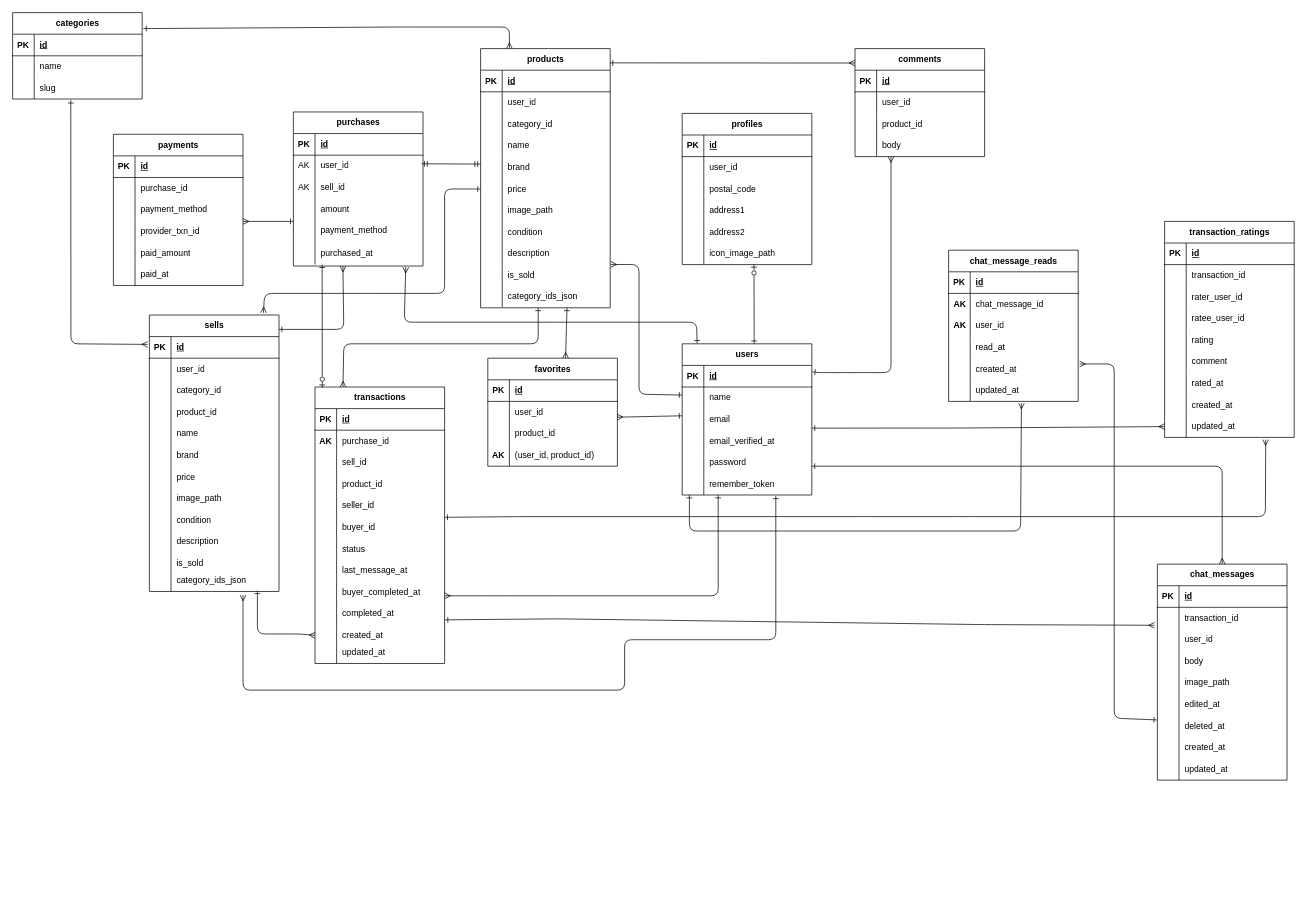
simanuki0923/Free-market keeps this draw.io diagram as src/index.drawio. Above is the earlier version. Source tidied: cells renumbered, new cells numbered last; positions are measured from the earlier drawing's top-left corner, leaving out a move shared by most shapes. Both pictures are drawn from the tidied source at 72%, with x=0, y=0 at pixel (12, 12).
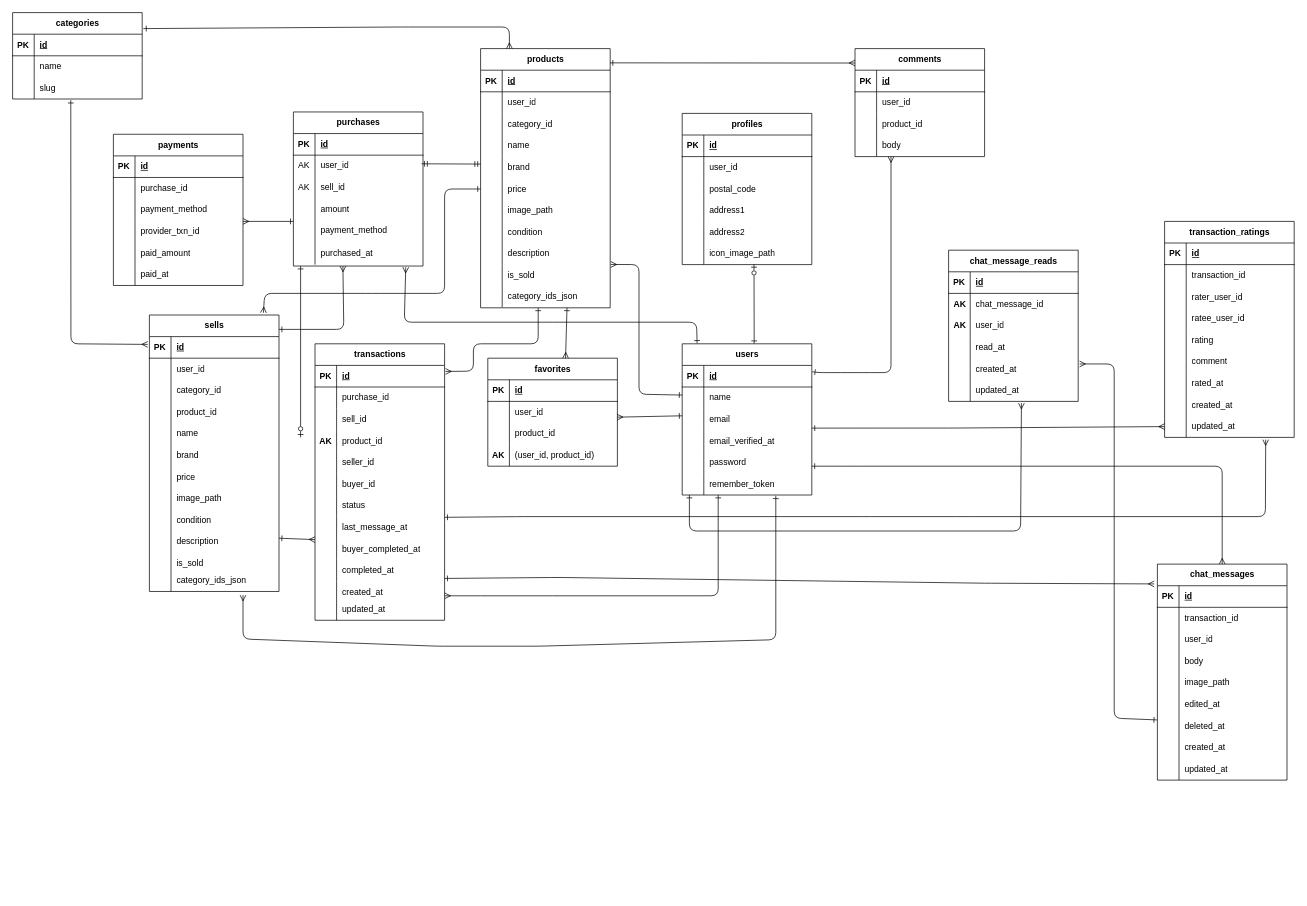
After the change.

Commit message:
取引チャット画面のメッセージ編集機能設定修正

Unchanged cells that the change refers to:
```xml
<mxCell id="180" style="shape=tableRow;horizontal=0;startSize=0;swimlaneHead=0;swimlaneBody=0;fillColor=none;points=[[0,0.5],[1,0.5]];portConstraint=eastwest;top=0;left=0;right=0;bottom=1;" parent="179" vertex="1">
  <mxGeometry y="30" width="180" height="30" as="geometry" />
</mxCell>
<mxCell id="210" style="shape=tableRow;horizontal=0;startSize=0;swimlaneHead=0;swimlaneBody=0;fillColor=none;points=[[0,0.5],[1,0.5]];portConstraint=eastwest;top=0;left=0;right=0;bottom=0;" parent="179" vertex="1">
  <mxGeometry y="330" width="180" height="30" as="geometry" />
</mxCell>
<mxCell id="219" style="shape=tableRow;horizontal=0;startSize=0;swimlaneHead=0;swimlaneBody=0;fillColor=none;points=[[0,0.5],[1,0.5]];portConstraint=eastwest;top=0;left=0;right=0;bottom=0;" parent="215" vertex="1">
  <mxGeometry y="60" width="180" height="30" as="geometry" />
</mxCell>
<mxCell id="309" style="shape=tableRow;horizontal=0;startSize=0;swimlaneHead=0;swimlaneBody=0;fillColor=none;points=[[0,0.5],[1,0.5]];portConstraint=eastwest;top=0;left=0;right=0;bottom=0;" parent="293" vertex="1">
  <mxGeometry y="180" width="180" height="32" as="geometry" />
</mxCell>
```

Diff of the diagram source:
```diff
@@
     <mxCell id="151" style="fontSize=12;html=1;endArrow=ERmany;startArrow=ERone;startFill=0;endFill=0;" parent="1" edge="1">
       <mxGeometry relative="1" as="geometry">
         <mxPoint x="1060" y="671" as="sourcePoint" />
         <mxPoint x="320" y="809" as="targetPoint" />
         <Array as="points">
           <mxPoint x="1060" y="871" />
-          <mxPoint x="850" y="871" />
-          <mxPoint x="850" y="941" />
-          <mxPoint x="320" y="941" />
+          <mxPoint x="730" y="880" />
+          <mxPoint x="590" y="880" />
+          <mxPoint x="320" y="870" />
         </Array>
       </mxGeometry>
     </mxCell>
@@
     <mxCell id="179" value="transactions" style="shape=table;startSize=30;childLayout=tableLayout;rowLines=0;fontStyle=1;align=center;html=1;" parent="1" vertex="1">
-      <mxGeometry x="420" y="520" width="180" height="384" as="geometry" />
+      <mxGeometry x="420" y="460" width="180" height="384" as="geometry" />
     </mxCell>
@@
     <mxCell id="213" style="endArrow=none;html=1;" parent="1" edge="1">
       <mxGeometry relative="1" as="geometry">
-        <mxPoint x="450" y="904" as="sourcePoint" />
-        <mxPoint x="450" y="880" as="targetPoint" />
+        <mxPoint x="450" y="844" as="sourcePoint" />
+        <mxPoint x="450" y="820" as="targetPoint" />
       </mxGeometry>
     </mxCell>
@@
-    <mxCell id="314" style="fontSize=12;html=1;endArrow=ERone;startArrow=ERzeroToOne;startFill=0;endFill=0;exitX=0.056;exitY=0.003;exitDx=0;exitDy=0;exitPerimeter=0;entryX=0.222;entryY=1;entryDx=0;entryDy=0;entryPerimeter=0;" parent="1" edge="1" source="179" target="309">
-      <mxGeometry relative="1" as="geometry" />
+    <mxCell id="314" style="fontSize=12;html=1;endArrow=ERone;startArrow=ERzeroToOne;startFill=0;endFill=0;entryX=0.222;entryY=1;entryDx=0;entryDy=0;entryPerimeter=0;" parent="1" edge="1">
+      <mxGeometry relative="1" as="geometry">
+        <mxPoint x="400" y="590" as="sourcePoint" />
+        <mxPoint x="400" y="352" as="targetPoint" />
+      </mxGeometry>
     </mxCell>
-    <mxCell id="315" style="fontSize=12;html=1;endArrow=ERone;startArrow=ERmany;startFill=0;endFill=0;exitX=0;exitY=0.5;exitDx=0;exitDy=0;" parent="1" edge="1" source="210">
+    <mxCell id="315" style="fontSize=12;html=1;endArrow=ERone;startArrow=ERmany;startFill=0;endFill=0;" parent="1" edge="1">
       <mxGeometry relative="1" as="geometry">
-        <mxPoint x="340" y="803" as="targetPoint" />
-        <Array as="points">
-          <mxPoint x="400" y="863" />
-          <mxPoint x="370" y="863" />
-          <mxPoint x="340" y="863" />
-        </Array>
+        <mxPoint x="420" y="732" as="sourcePoint" />
+        <mxPoint x="370" y="730" as="targetPoint" />
       </mxGeometry>
     </mxCell>
-    <mxCell id="316" style="fontSize=12;html=1;endArrow=ERone;startArrow=ERmany;startFill=0;endFill=0;exitX=0.216;exitY=0;exitDx=0;exitDy=0;exitPerimeter=0;" parent="1" edge="1" source="179">
+    <mxCell id="316" style="fontSize=12;html=1;endArrow=ERone;startArrow=ERmany;startFill=0;endFill=0;exitX=1.007;exitY=0.28;exitDx=0;exitDy=0;exitPerimeter=0;" parent="1" edge="1" source="180">
       <mxGeometry relative="1" as="geometry">
         <mxPoint x="730" y="410" as="targetPoint" />
         <Array as="points">
-          <mxPoint x="460" y="460" />
+          <mxPoint x="640" y="498" />
+          <mxPoint x="640" y="460" />
           <mxPoint x="730" y="460" />
         </Array>
       </mxGeometry>
     </mxCell>
-    <mxCell id="317" style="fontSize=12;html=1;endArrow=ERone;startArrow=ERmany;startFill=0;endFill=0;entryX=1.014;entryY=0.78;entryDx=0;entryDy=0;entryPerimeter=0;exitX=-0.022;exitY=0.831;exitDx=0;exitDy=0;exitPerimeter=0;" parent="1" edge="1" source="219">
+    <mxCell id="317" style="fontSize=12;html=1;endArrow=ERone;startArrow=ERmany;startFill=0;endFill=0;entryX=1.014;entryY=0.78;entryDx=0;entryDy=0;entryPerimeter=0;exitX=-0.022;exitY=0.831;exitDx=0;exitDy=0;exitPerimeter=0;" parent="1" edge="1">
       <mxGeometry relative="1" as="geometry">
-        <mxPoint x="600.5" y="843.4" as="targetPoint" />
+        <mxPoint x="1585.5" y="793.5" as="sourcePoint" />
+        <mxPoint x="600" y="785.9" as="targetPoint" />
         <Array as="points">
-          <mxPoint x="1350" y="850" />
-          <mxPoint x="830" y="843" />
-          <mxPoint x="758" y="842" />
+          <mxPoint x="1349.5" y="792.5" />
+          <mxPoint x="829.5" y="785.5" />
+          <mxPoint x="757.5" y="784.5" />
         </Array>
       </mxGeometry>
     </mxCell>
@@
     <mxCell id="323" value="updated_at" style="shape=partialRectangle;fillColor=none;top=0;left=0;bottom=0;right=0;align=left;spacingLeft=6;overflow=hidden;whiteSpace=wrap;html=1;" parent="1" vertex="1">
-      <mxGeometry x="450" y="874" width="150" height="30" as="geometry" />
+      <mxGeometry x="450" y="814" width="150" height="30" as="geometry" />
     </mxCell>
```
